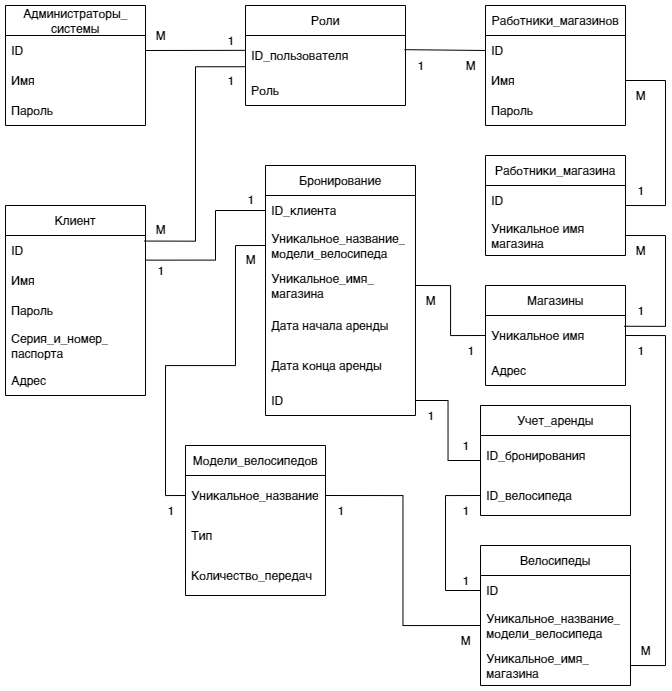
The draw.io diagram img/Диаграммы проката велосипедов-Реляционная модель.drawio.png in GeorgeAlwaysWin/BikeRent, before a commit. Source tidied: cells renumbered, new cells last; positions are measured from the earlier drawing's top-left corner, leaving out a move shared by most shapes.
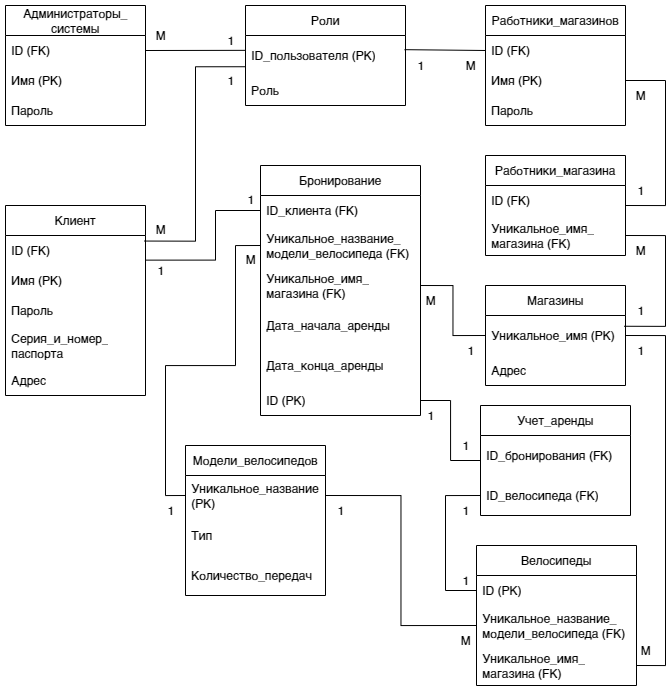
Later version of the same file.

Change to the diagram source:
```diff
@@ -7,6 +7,6 @@
     </mxCell>
-    <mxCell id="3" value="ID" style="text;strokeColor=none;fillColor=none;align=left;verticalAlign=middle;spacingLeft=4;spacingRight=4;overflow=hidden;points=[[0,0.5],[1,0.5]];portConstraint=eastwest;whiteSpace=wrap;html=1;fontFamily=Helvetica;fontSize=12;fontColor=default;labelBackgroundColor=default;" parent="2" vertex="1">
+    <mxCell id="3" value="ID (FK)" style="text;strokeColor=none;fillColor=none;align=left;verticalAlign=middle;spacingLeft=4;spacingRight=4;overflow=hidden;points=[[0,0.5],[1,0.5]];portConstraint=eastwest;whiteSpace=wrap;html=1;fontFamily=Helvetica;fontSize=12;fontColor=default;labelBackgroundColor=default;" parent="2" vertex="1">
       <mxGeometry y="30" width="140" height="30" as="geometry" />
     </mxCell>
-    <mxCell id="4" value="Имя" style="text;strokeColor=none;fillColor=none;align=left;verticalAlign=middle;spacingLeft=4;spacingRight=4;overflow=hidden;whiteSpace=wrap;html=1;fontFamily=Helvetica;fontSize=12;fontColor=default;labelBackgroundColor=default;" parent="2" vertex="1">
+    <mxCell id="4" value="Имя (PK)" style="text;strokeColor=none;fillColor=none;align=left;verticalAlign=middle;spacingLeft=4;spacingRight=4;overflow=hidden;whiteSpace=wrap;html=1;fontFamily=Helvetica;fontSize=12;fontColor=default;labelBackgroundColor=default;" parent="2" vertex="1">
       <mxGeometry y="60" width="140" height="30" as="geometry" />
@@ -19,6 +19,6 @@
     </mxCell>
-    <mxCell id="7" value="ID" style="text;strokeColor=none;fillColor=none;align=left;verticalAlign=middle;spacingLeft=4;spacingRight=4;overflow=hidden;points=[[0,0.5],[1,0.5]];portConstraint=eastwest;whiteSpace=wrap;html=1;fontFamily=Helvetica;fontSize=12;fontColor=default;labelBackgroundColor=default;" parent="6" vertex="1">
+    <mxCell id="7" value="ID (FK)" style="text;strokeColor=none;fillColor=none;align=left;verticalAlign=middle;spacingLeft=4;spacingRight=4;overflow=hidden;points=[[0,0.5],[1,0.5]];portConstraint=eastwest;whiteSpace=wrap;html=1;fontFamily=Helvetica;fontSize=12;fontColor=default;labelBackgroundColor=default;" parent="6" vertex="1">
       <mxGeometry y="30" width="140" height="30" as="geometry" />
     </mxCell>
-    <mxCell id="8" value="Имя" style="text;strokeColor=none;fillColor=none;align=left;verticalAlign=middle;spacingLeft=4;spacingRight=4;overflow=hidden;points=[[0,0.5],[1,0.5]];portConstraint=eastwest;whiteSpace=wrap;html=1;fontFamily=Helvetica;fontSize=12;fontColor=default;labelBackgroundColor=default;" parent="6" vertex="1">
+    <mxCell id="8" value="Имя (PK)" style="text;strokeColor=none;fillColor=none;align=left;verticalAlign=middle;spacingLeft=4;spacingRight=4;overflow=hidden;points=[[0,0.5],[1,0.5]];portConstraint=eastwest;whiteSpace=wrap;html=1;fontFamily=Helvetica;fontSize=12;fontColor=default;labelBackgroundColor=default;" parent="6" vertex="1">
       <mxGeometry y="60" width="140" height="30" as="geometry" />
@@ -31,3 +31,3 @@
     </mxCell>
-    <mxCell id="11" value="ID_пользователя" style="text;strokeColor=none;fillColor=none;align=left;verticalAlign=middle;spacingLeft=4;spacingRight=4;overflow=hidden;points=[[0,0.5],[1,0.5]];portConstraint=eastwest;whiteSpace=wrap;html=1;fontFamily=Helvetica;fontSize=12;fontColor=default;labelBackgroundColor=default;" parent="10" vertex="1">
+    <mxCell id="11" value="ID_пользователя (PK)" style="text;strokeColor=none;fillColor=none;align=left;verticalAlign=middle;spacingLeft=4;spacingRight=4;overflow=hidden;points=[[0,0.5],[1,0.5]];portConstraint=eastwest;whiteSpace=wrap;html=1;fontFamily=Helvetica;fontSize=12;fontColor=default;labelBackgroundColor=default;" parent="10" vertex="1">
       <mxGeometry y="30" width="160" height="40" as="geometry" />
@@ -40,6 +40,6 @@
     </mxCell>
-    <mxCell id="14" value="ID" style="text;strokeColor=none;fillColor=none;align=left;verticalAlign=middle;spacingLeft=4;spacingRight=4;overflow=hidden;points=[[0,0.5],[1,0.5]];portConstraint=eastwest;whiteSpace=wrap;html=1;fontFamily=Helvetica;fontSize=12;fontColor=default;labelBackgroundColor=default;" parent="13" vertex="1">
+    <mxCell id="14" value="ID (FK)" style="text;strokeColor=none;fillColor=none;align=left;verticalAlign=middle;spacingLeft=4;spacingRight=4;overflow=hidden;points=[[0,0.5],[1,0.5]];portConstraint=eastwest;whiteSpace=wrap;html=1;fontFamily=Helvetica;fontSize=12;fontColor=default;labelBackgroundColor=default;" parent="13" vertex="1">
       <mxGeometry y="30" width="140" height="30" as="geometry" />
     </mxCell>
-    <mxCell id="15" value="Имя" style="text;strokeColor=none;fillColor=none;align=left;verticalAlign=middle;spacingLeft=4;spacingRight=4;overflow=hidden;whiteSpace=wrap;html=1;fontFamily=Helvetica;fontSize=12;fontColor=default;labelBackgroundColor=default;" parent="13" vertex="1">
+    <mxCell id="15" value="Имя (PK)" style="text;strokeColor=none;fillColor=none;align=left;verticalAlign=middle;spacingLeft=4;spacingRight=4;overflow=hidden;whiteSpace=wrap;html=1;fontFamily=Helvetica;fontSize=12;fontColor=default;labelBackgroundColor=default;" parent="13" vertex="1">
       <mxGeometry y="60" width="140" height="30" as="geometry" />
@@ -58,6 +58,6 @@
     </mxCell>
-    <mxCell id="20" value="ID" style="text;strokeColor=none;fillColor=none;align=left;verticalAlign=middle;spacingLeft=4;spacingRight=4;overflow=hidden;whiteSpace=wrap;html=1;fontFamily=Helvetica;fontSize=12;fontColor=default;labelBackgroundColor=default;" parent="19" vertex="1">
+    <mxCell id="20" value="ID (FK)" style="text;strokeColor=none;fillColor=none;align=left;verticalAlign=middle;spacingLeft=4;spacingRight=4;overflow=hidden;whiteSpace=wrap;html=1;fontFamily=Helvetica;fontSize=12;fontColor=default;labelBackgroundColor=default;" parent="19" vertex="1">
       <mxGeometry y="30" width="140" height="30" as="geometry" />
     </mxCell>
-    <mxCell id="21" value="Уникальное имя магазина" style="text;strokeColor=none;fillColor=none;align=left;verticalAlign=middle;spacingLeft=4;spacingRight=4;overflow=hidden;points=[[0,0.5],[1,0.5]];portConstraint=eastwest;whiteSpace=wrap;html=1;fontFamily=Helvetica;fontSize=12;fontColor=default;labelBackgroundColor=default;" parent="19" vertex="1">
+    <mxCell id="21" value="Уникальное_имя_&lt;div&gt;магазина (FK)&lt;/div&gt;" style="text;strokeColor=none;fillColor=none;align=left;verticalAlign=middle;spacingLeft=4;spacingRight=4;overflow=hidden;points=[[0,0.5],[1,0.5]];portConstraint=eastwest;whiteSpace=wrap;html=1;fontFamily=Helvetica;fontSize=12;fontColor=default;labelBackgroundColor=default;" parent="19" vertex="1">
       <mxGeometry y="60" width="140" height="40" as="geometry" />
@@ -67,3 +67,3 @@
     </mxCell>
-    <mxCell id="23" value="Уникальное имя" style="text;strokeColor=none;fillColor=none;align=left;verticalAlign=middle;spacingLeft=4;spacingRight=4;overflow=hidden;points=[[0,0.5],[1,0.5]];portConstraint=eastwest;whiteSpace=wrap;html=1;fontFamily=Helvetica;fontSize=12;fontColor=default;labelBackgroundColor=default;" parent="22" vertex="1">
+    <mxCell id="23" value="Уникальное_имя (PK)" style="text;strokeColor=none;fillColor=none;align=left;verticalAlign=middle;spacingLeft=4;spacingRight=4;overflow=hidden;points=[[0,0.5],[1,0.5]];portConstraint=eastwest;whiteSpace=wrap;html=1;fontFamily=Helvetica;fontSize=12;fontColor=default;labelBackgroundColor=default;" parent="22" vertex="1">
       <mxGeometry y="30" width="140" height="40" as="geometry" />
@@ -74,12 +74,12 @@
     <mxCell id="25" value="Велосипеды" style="swimlane;fontStyle=0;horizontal=1;startSize=30;whiteSpace=wrap;html=1;strokeColor=default;align=center;verticalAlign=middle;fontFamily=Helvetica;fontSize=12;fontColor=default;labelBackgroundColor=default;fillColor=default;" parent="1" vertex="1">
-      <mxGeometry x="475" y="540" width="150" height="140" as="geometry" />
+      <mxGeometry x="471" y="540" width="160" height="140" as="geometry" />
     </mxCell>
-    <mxCell id="26" value="ID" style="text;strokeColor=none;fillColor=none;align=left;verticalAlign=middle;spacingLeft=4;spacingRight=4;overflow=hidden;points=[[0,0.5],[1,0.5]];portConstraint=eastwest;whiteSpace=wrap;html=1;fontFamily=Helvetica;fontSize=12;fontColor=default;labelBackgroundColor=default;" parent="25" vertex="1">
-      <mxGeometry y="30" width="150" height="30" as="geometry" />
+    <mxCell id="26" value="ID (PK)" style="text;strokeColor=none;fillColor=none;align=left;verticalAlign=middle;spacingLeft=4;spacingRight=4;overflow=hidden;points=[[0,0.5],[1,0.5]];portConstraint=eastwest;whiteSpace=wrap;html=1;fontFamily=Helvetica;fontSize=12;fontColor=default;labelBackgroundColor=default;" parent="25" vertex="1">
+      <mxGeometry y="30" width="160" height="30" as="geometry" />
     </mxCell>
-    <mxCell id="27" value="Уникальное_название_&lt;div&gt;модели_велосипеда&lt;/div&gt;" style="text;strokeColor=none;fillColor=none;align=left;verticalAlign=middle;spacingLeft=4;spacingRight=4;overflow=hidden;points=[[0,0.5],[1,0.5]];portConstraint=eastwest;whiteSpace=wrap;html=1;fontFamily=Helvetica;fontSize=12;fontColor=default;labelBackgroundColor=default;" parent="25" vertex="1">
-      <mxGeometry y="60" width="150" height="40" as="geometry" />
+    <mxCell id="27" value="Уникальное_название_&lt;div&gt;модели_велосипеда&amp;nbsp;&lt;span style=&quot;background-color: light-dark(#ffffff, var(--ge-dark-color, #121212)); color: light-dark(rgb(0, 0, 0), rgb(255, 255, 255));&quot;&gt;(FK)&lt;/span&gt;&lt;/div&gt;" style="text;strokeColor=none;fillColor=none;align=left;verticalAlign=middle;spacingLeft=4;spacingRight=4;overflow=hidden;points=[[0,0.5],[1,0.5]];portConstraint=eastwest;whiteSpace=wrap;html=1;fontFamily=Helvetica;fontSize=12;fontColor=default;labelBackgroundColor=default;" parent="25" vertex="1">
+      <mxGeometry y="60" width="160" height="40" as="geometry" />
     </mxCell>
-    <mxCell id="28" value="Уникальное_имя_&lt;div&gt;магазина&lt;/div&gt;" style="text;strokeColor=none;fillColor=none;align=left;verticalAlign=middle;spacingLeft=4;spacingRight=4;overflow=hidden;points=[[0,0.5],[1,0.5]];portConstraint=eastwest;whiteSpace=wrap;html=1;fontFamily=Helvetica;fontSize=12;fontColor=default;labelBackgroundColor=default;" parent="25" vertex="1">
-      <mxGeometry y="100" width="150" height="40" as="geometry" />
+    <mxCell id="28" value="Уникальное_имя_&lt;div&gt;магазина&amp;nbsp;&lt;span style=&quot;background-color: light-dark(#ffffff, var(--ge-dark-color, #121212)); color: light-dark(rgb(0, 0, 0), rgb(255, 255, 255));&quot;&gt;(FK)&lt;/span&gt;&lt;/div&gt;" style="text;strokeColor=none;fillColor=none;align=left;verticalAlign=middle;spacingLeft=4;spacingRight=4;overflow=hidden;points=[[0,0.5],[1,0.5]];portConstraint=eastwest;whiteSpace=wrap;html=1;fontFamily=Helvetica;fontSize=12;fontColor=default;labelBackgroundColor=default;" parent="25" vertex="1">
+      <mxGeometry y="100" width="160" height="40" as="geometry" />
     </mxCell>
@@ -88,3 +88,3 @@
     </mxCell>
-    <mxCell id="30" value="Уникальное_название" style="text;strokeColor=none;fillColor=none;align=left;verticalAlign=middle;spacingLeft=4;spacingRight=4;overflow=hidden;points=[[0,0.5],[1,0.5]];portConstraint=eastwest;whiteSpace=wrap;html=1;fontFamily=Helvetica;fontSize=12;fontColor=default;labelBackgroundColor=default;" parent="29" vertex="1">
+    <mxCell id="30" value="Уникальное_название (PK)" style="text;strokeColor=none;fillColor=none;align=left;verticalAlign=middle;spacingLeft=4;spacingRight=4;overflow=hidden;points=[[0,0.5],[1,0.5]];portConstraint=eastwest;whiteSpace=wrap;html=1;fontFamily=Helvetica;fontSize=12;fontColor=default;labelBackgroundColor=default;" parent="29" vertex="1">
       <mxGeometry y="30" width="140" height="40" as="geometry" />
@@ -98,21 +98,21 @@
     <mxCell id="33" value="Бронирование" style="swimlane;fontStyle=0;horizontal=1;startSize=30;whiteSpace=wrap;html=1;strokeColor=default;align=center;verticalAlign=middle;fontFamily=Helvetica;fontSize=12;fontColor=default;labelBackgroundColor=default;fillColor=default;" parent="1" vertex="1">
-      <mxGeometry x="260" y="160" width="150" height="250" as="geometry" />
+      <mxGeometry x="255" y="160" width="160" height="250" as="geometry" />
     </mxCell>
-    <mxCell id="34" value="ID_клиента" style="text;strokeColor=none;fillColor=none;align=left;verticalAlign=middle;spacingLeft=4;spacingRight=4;overflow=hidden;points=[[0,0.5],[1,0.5]];portConstraint=eastwest;whiteSpace=wrap;html=1;fontFamily=Helvetica;fontSize=12;fontColor=default;labelBackgroundColor=default;" parent="33" vertex="1">
-      <mxGeometry y="30" width="150" height="30" as="geometry" />
+    <mxCell id="34" value="ID_клиента (FK)" style="text;strokeColor=none;fillColor=none;align=left;verticalAlign=middle;spacingLeft=4;spacingRight=4;overflow=hidden;points=[[0,0.5],[1,0.5]];portConstraint=eastwest;whiteSpace=wrap;html=1;fontFamily=Helvetica;fontSize=12;fontColor=default;labelBackgroundColor=default;" parent="33" vertex="1">
+      <mxGeometry y="30" width="160" height="30" as="geometry" />
     </mxCell>
-    <mxCell id="35" value="Уникальное_название_&lt;div&gt;модели_велосипеда&lt;/div&gt;" style="text;strokeColor=none;fillColor=none;align=left;verticalAlign=middle;spacingLeft=4;spacingRight=4;overflow=hidden;points=[[0,0.5],[1,0.5]];portConstraint=eastwest;whiteSpace=wrap;html=1;fontFamily=Helvetica;fontSize=12;fontColor=default;labelBackgroundColor=default;" parent="33" vertex="1">
-      <mxGeometry y="60" width="150" height="40" as="geometry" />
+    <mxCell id="35" value="Уникальное_название_&lt;div&gt;модели_велосипеда&amp;nbsp;&lt;span style=&quot;background-color: light-dark(#ffffff, var(--ge-dark-color, #121212)); color: light-dark(rgb(0, 0, 0), rgb(255, 255, 255));&quot;&gt;(FK)&lt;/span&gt;&lt;/div&gt;" style="text;strokeColor=none;fillColor=none;align=left;verticalAlign=middle;spacingLeft=4;spacingRight=4;overflow=hidden;points=[[0,0.5],[1,0.5]];portConstraint=eastwest;whiteSpace=wrap;html=1;fontFamily=Helvetica;fontSize=12;fontColor=default;labelBackgroundColor=default;" parent="33" vertex="1">
+      <mxGeometry y="60" width="160" height="40" as="geometry" />
     </mxCell>
-    <mxCell id="36" value="Уникальное_имя_&lt;div&gt;магазина&lt;/div&gt;" style="text;strokeColor=none;fillColor=none;align=left;verticalAlign=middle;spacingLeft=4;spacingRight=4;overflow=hidden;points=[[0,0.5],[1,0.5]];portConstraint=eastwest;whiteSpace=wrap;html=1;fontFamily=Helvetica;fontSize=12;fontColor=default;labelBackgroundColor=default;" parent="33" vertex="1">
-      <mxGeometry y="100" width="150" height="40" as="geometry" />
+    <mxCell id="36" value="Уникальное_имя_&lt;div&gt;магазина&amp;nbsp;&lt;span style=&quot;background-color: light-dark(#ffffff, var(--ge-dark-color, #121212)); color: light-dark(rgb(0, 0, 0), rgb(255, 255, 255));&quot;&gt;(FK)&lt;/span&gt;&lt;/div&gt;" style="text;strokeColor=none;fillColor=none;align=left;verticalAlign=middle;spacingLeft=4;spacingRight=4;overflow=hidden;points=[[0,0.5],[1,0.5]];portConstraint=eastwest;whiteSpace=wrap;html=1;fontFamily=Helvetica;fontSize=12;fontColor=default;labelBackgroundColor=default;" parent="33" vertex="1">
+      <mxGeometry y="100" width="160" height="40" as="geometry" />
     </mxCell>
-    <mxCell id="37" value="Дата начала аренды" style="text;strokeColor=none;fillColor=none;align=left;verticalAlign=middle;spacingLeft=4;spacingRight=4;overflow=hidden;whiteSpace=wrap;html=1;fontFamily=Helvetica;fontSize=12;fontColor=default;labelBackgroundColor=default;" parent="33" vertex="1">
-      <mxGeometry y="140" width="150" height="40" as="geometry" />
+    <mxCell id="37" value="Дата_начала_аренды" style="text;strokeColor=none;fillColor=none;align=left;verticalAlign=middle;spacingLeft=4;spacingRight=4;overflow=hidden;whiteSpace=wrap;html=1;fontFamily=Helvetica;fontSize=12;fontColor=default;labelBackgroundColor=default;" parent="33" vertex="1">
+      <mxGeometry y="140" width="160" height="40" as="geometry" />
     </mxCell>
-    <mxCell id="38" value="Дата конца аренды" style="text;strokeColor=none;fillColor=none;align=left;verticalAlign=middle;spacingLeft=4;spacingRight=4;overflow=hidden;whiteSpace=wrap;html=1;fontFamily=Helvetica;fontSize=12;fontColor=default;labelBackgroundColor=default;" parent="33" vertex="1">
-      <mxGeometry y="180" width="150" height="40" as="geometry" />
+    <mxCell id="38" value="Дата_конца_аренды" style="text;strokeColor=none;fillColor=none;align=left;verticalAlign=middle;spacingLeft=4;spacingRight=4;overflow=hidden;whiteSpace=wrap;html=1;fontFamily=Helvetica;fontSize=12;fontColor=default;labelBackgroundColor=default;" parent="33" vertex="1">
+      <mxGeometry y="180" width="160" height="40" as="geometry" />
     </mxCell>
-    <mxCell id="39" value="ID" style="text;strokeColor=none;fillColor=none;align=left;verticalAlign=middle;spacingLeft=4;spacingRight=4;overflow=hidden;points=[[0,0.5],[1,0.5]];portConstraint=eastwest;whiteSpace=wrap;html=1;fontFamily=Helvetica;fontSize=12;fontColor=default;labelBackgroundColor=default;" parent="33" vertex="1">
-      <mxGeometry y="220" width="150" height="30" as="geometry" />
+    <mxCell id="39" value="ID (PK)" style="text;strokeColor=none;fillColor=none;align=left;verticalAlign=middle;spacingLeft=4;spacingRight=4;overflow=hidden;points=[[0,0.5],[1,0.5]];portConstraint=eastwest;whiteSpace=wrap;html=1;fontFamily=Helvetica;fontSize=12;fontColor=default;labelBackgroundColor=default;" parent="33" vertex="1">
+      <mxGeometry y="220" width="160" height="30" as="geometry" />
     </mxCell>
@@ -121,6 +121,6 @@
     </mxCell>
-    <mxCell id="41" value="ID_бронирования" style="text;strokeColor=none;fillColor=none;align=left;verticalAlign=middle;spacingLeft=4;spacingRight=4;overflow=hidden;whiteSpace=wrap;html=1;fontFamily=Helvetica;fontSize=12;fontColor=default;labelBackgroundColor=default;" parent="40" vertex="1">
+    <mxCell id="41" value="ID_бронирования (FK)" style="text;strokeColor=none;fillColor=none;align=left;verticalAlign=middle;spacingLeft=4;spacingRight=4;overflow=hidden;whiteSpace=wrap;html=1;fontFamily=Helvetica;fontSize=12;fontColor=default;labelBackgroundColor=default;" parent="40" vertex="1">
       <mxGeometry y="30" width="150" height="40" as="geometry" />
     </mxCell>
-    <mxCell id="42" value="ID_велосипеда" style="text;strokeColor=none;fillColor=none;align=left;verticalAlign=middle;spacingLeft=4;spacingRight=4;overflow=hidden;points=[[0,0.5],[1,0.5]];portConstraint=eastwest;whiteSpace=wrap;html=1;fontFamily=Helvetica;fontSize=12;fontColor=default;labelBackgroundColor=default;" parent="40" vertex="1">
+    <mxCell id="42" value="ID_велосипеда (FK)" style="text;strokeColor=none;fillColor=none;align=left;verticalAlign=middle;spacingLeft=4;spacingRight=4;overflow=hidden;points=[[0,0.5],[1,0.5]];portConstraint=eastwest;whiteSpace=wrap;html=1;fontFamily=Helvetica;fontSize=12;fontColor=default;labelBackgroundColor=default;" parent="40" vertex="1">
       <mxGeometry y="70" width="150" height="40" as="geometry" />
```
